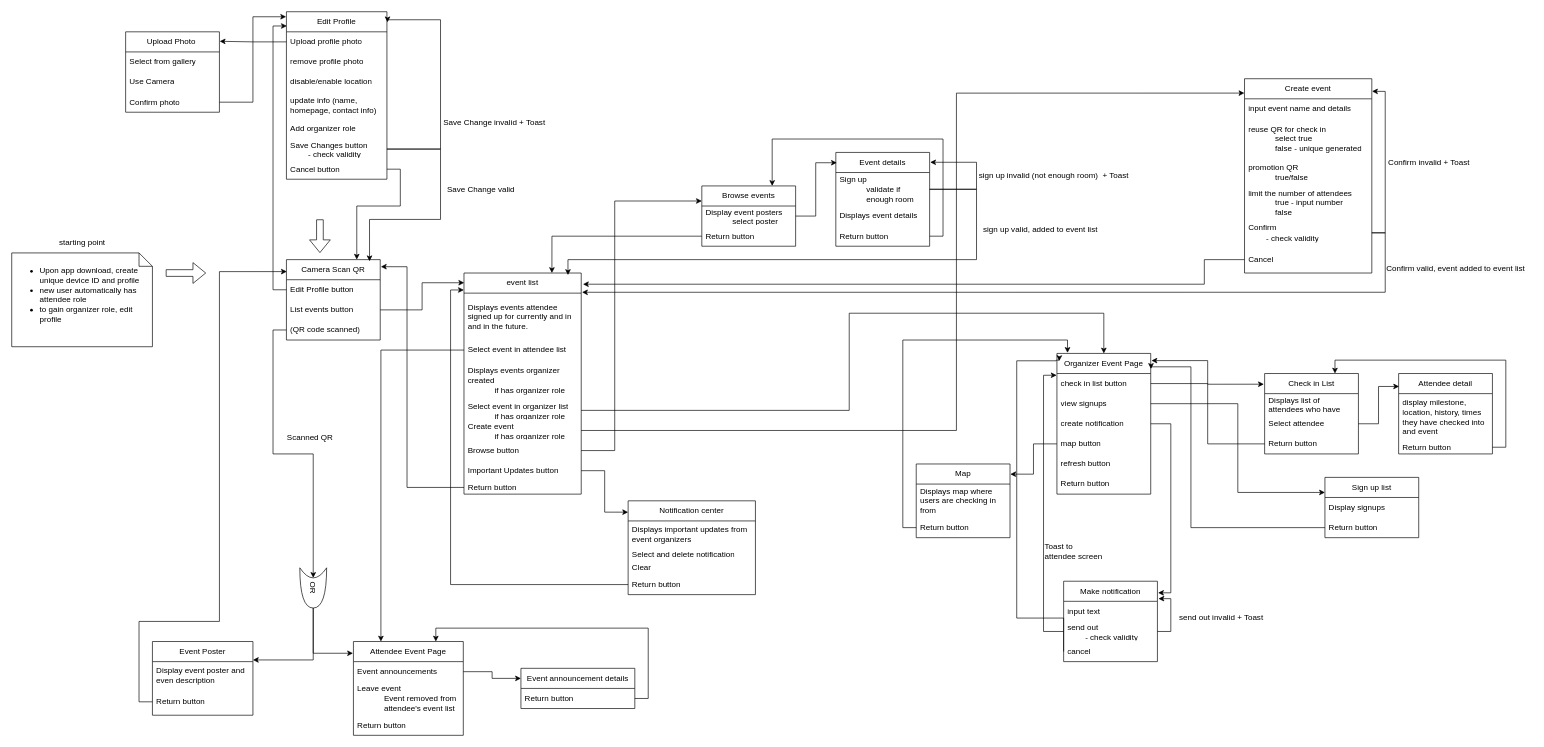
Earlier version of the draw.io diagram Sequences2.drawio (CMPUT301W24T20/Lins-Second-Strongest-Students). Source tidied: cells renumbered, new cells numbered last; positions are measured from the earlier drawing's top-left corner, leaving out a move shared by most shapes. Both pictures are drawn from the tidied source at 67%, with x=0, y=0 at pixel (11, 11).
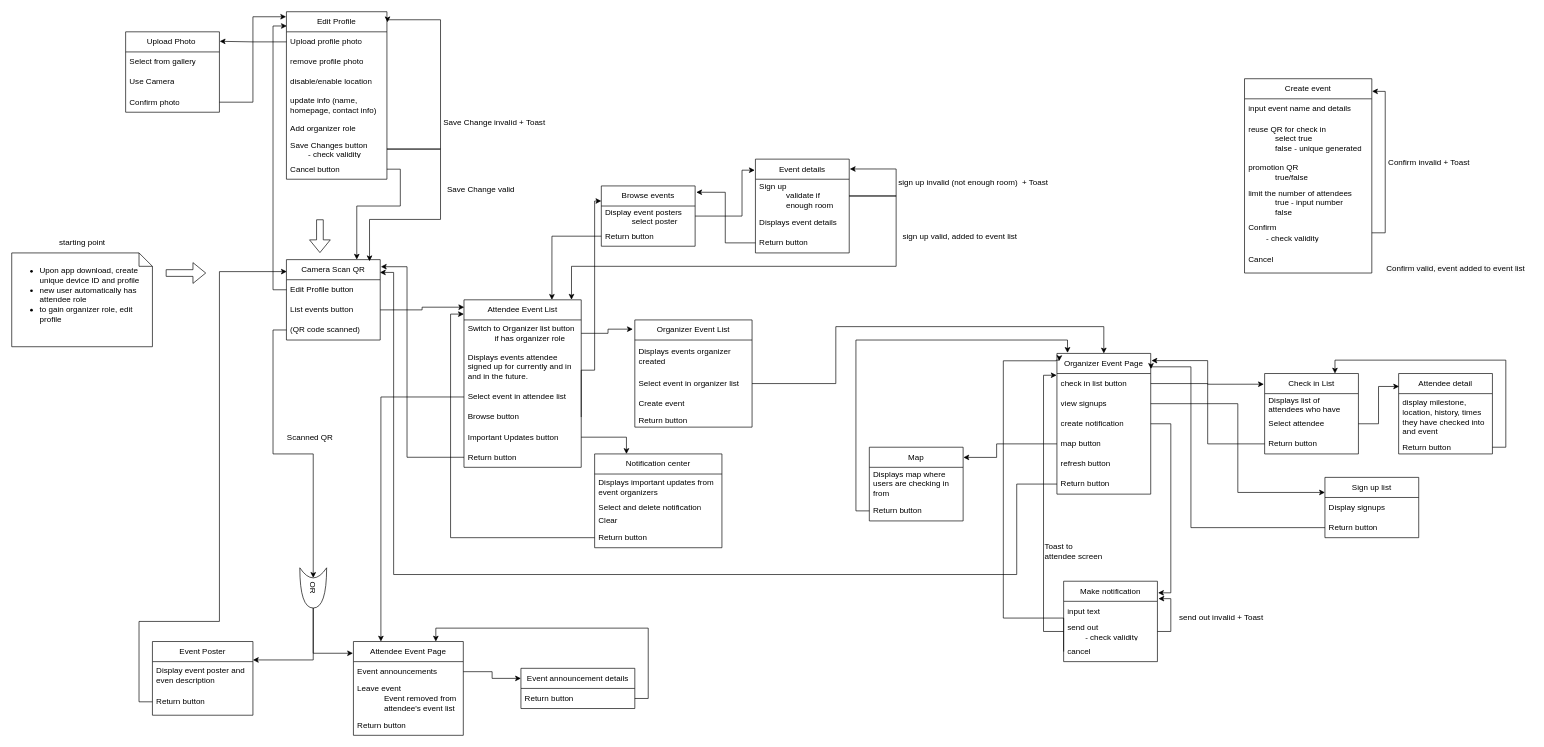
The same page after the edit.

Unchanged cells that the change refers to:
```xml
<mxCell id="18" value="Camera Scan QR" style="swimlane;fontStyle=0;horizontal=1;startSize=30;whiteSpace=wrap;html=1;" parent="1" vertex="1">
  <mxGeometry x="410" y="370" width="140" height="120" as="geometry" />
</mxCell>
<mxCell id="30" value="Create event" style="swimlane;fontStyle=0;horizontal=1;startSize=30;whiteSpace=wrap;html=1;" parent="1" vertex="1">
  <mxGeometry x="1840" y="100" width="190" height="290" as="geometry" />
</mxCell>
<mxCell id="35" value="Confirm&lt;br&gt;&lt;span style=&quot;white-space: pre;&quot;&gt;&#9;&lt;/span&gt;- check validity" style="text;strokeColor=none;fillColor=none;align=left;verticalAlign=middle;spacingLeft=4;spacingRight=4;overflow=hidden;points=[[0,0.5],[1,0.5]];portConstraint=eastwest;whiteSpace=wrap;html=1;" parent="30" vertex="1">
  <mxGeometry y="210" width="190" height="40" as="geometry" />
</mxCell>
<mxCell id="37" value="Cancel" style="text;strokeColor=none;fillColor=none;align=left;verticalAlign=middle;spacingLeft=4;spacingRight=4;overflow=hidden;points=[[0,0.5],[1,0.5]];portConstraint=eastwest;whiteSpace=wrap;html=1;" parent="30" vertex="1">
  <mxGeometry y="250" width="190" height="40" as="geometry" />
</mxCell>
<mxCell id="39" value="Organizer Event Page" style="swimlane;fontStyle=0;horizontal=1;startSize=30;whiteSpace=wrap;html=1;" parent="1" vertex="1">
  <mxGeometry x="1560" y="510" width="140" height="210" as="geometry" />
</mxCell>
<mxCell id="43" value="map button" style="text;strokeColor=none;fillColor=none;align=left;verticalAlign=middle;spacingLeft=4;spacingRight=4;overflow=hidden;points=[[0,0.5],[1,0.5]];portConstraint=eastwest;whiteSpace=wrap;html=1;" parent="39" vertex="1">
  <mxGeometry y="120" width="140" height="30" as="geometry" />
</mxCell>
<mxCell id="45" value="Return button" style="text;strokeColor=none;fillColor=none;align=left;verticalAlign=middle;spacingLeft=4;spacingRight=4;overflow=hidden;points=[[0,0.5],[1,0.5]];portConstraint=eastwest;whiteSpace=wrap;html=1;" parent="39" vertex="1">
  <mxGeometry y="180" width="140" height="30" as="geometry" />
</mxCell>
<mxCell id="53" value="cancel" style="text;strokeColor=none;fillColor=none;align=left;verticalAlign=middle;spacingLeft=4;spacingRight=4;overflow=hidden;points=[[0,0.5],[1,0.5]];portConstraint=eastwest;whiteSpace=wrap;html=1;" parent="50" vertex="1">
  <mxGeometry y="90" width="140" height="30" as="geometry" />
</mxCell>
<mxCell id="61" value="Display event posters&lt;br&gt;&lt;blockquote style=&quot;margin: 0 0 0 40px; border: none; padding: 0px;&quot;&gt;select poster&amp;nbsp;&lt;/blockquote&gt;" style="text;strokeColor=none;fillColor=none;align=left;verticalAlign=middle;spacingLeft=4;spacingRight=4;overflow=hidden;points=[[0,0.5],[1,0.5]];portConstraint=eastwest;whiteSpace=wrap;html=1;" parent="60" vertex="1">
  <mxGeometry y="30" width="140" height="30" as="geometry" />
</mxCell>
<mxCell id="62" value="Return button" style="text;strokeColor=none;fillColor=none;align=left;verticalAlign=middle;spacingLeft=4;spacingRight=4;overflow=hidden;points=[[0,0.5],[1,0.5]];portConstraint=eastwest;whiteSpace=wrap;html=1;" parent="60" vertex="1">
  <mxGeometry y="60" width="140" height="30" as="geometry" />
</mxCell>
<mxCell id="64" value="Sign up&lt;br&gt;&lt;blockquote style=&quot;margin: 0 0 0 40px; border: none; padding: 0px;&quot;&gt;validate if enough room&lt;/blockquote&gt;" style="text;strokeColor=none;fillColor=none;align=left;verticalAlign=middle;spacingLeft=4;spacingRight=4;overflow=hidden;points=[[0,0.5],[1,0.5]];portConstraint=eastwest;whiteSpace=wrap;html=1;" parent="63" vertex="1">
  <mxGeometry y="30" width="140" height="50" as="geometry" />
</mxCell>
<mxCell id="66" value="Return button" style="text;strokeColor=none;fillColor=none;align=left;verticalAlign=middle;spacingLeft=4;spacingRight=4;overflow=hidden;points=[[0,0.5],[1,0.5]];portConstraint=eastwest;whiteSpace=wrap;html=1;" parent="63" vertex="1">
  <mxGeometry y="110" width="140" height="30" as="geometry" />
</mxCell>
<mxCell id="77" value="Return button" style="text;strokeColor=none;fillColor=none;align=left;verticalAlign=middle;spacingLeft=4;spacingRight=4;overflow=hidden;points=[[0,0.5],[1,0.5]];portConstraint=eastwest;whiteSpace=wrap;html=1;" parent="73" vertex="1">
  <mxGeometry y="110" width="190" height="30" as="geometry" />
</mxCell>
```

What changed in the source:
```diff
@@
     <mxCell id="57" style="edgeStyle=orthogonalEdgeStyle;rounded=0;jettySize=auto;html=1;exitX=0;exitY=0.5;exitDx=0;exitDy=0;entryX=0.024;entryY=0.054;entryDx=0;entryDy=0;entryPerimeter=0;" parent="1" edge="1" source="53" target="39">
       <mxGeometry relative="1" as="geometry">
         <Array as="points">
-          <mxPoint x="1500" y="905" />
-          <mxPoint x="1500" y="521" />
+          <mxPoint x="1570" y="905" />
+          <mxPoint x="1480" y="905" />
+          <mxPoint x="1480" y="521" />
           <mxPoint x="1559" y="521" />
-          <mxPoint x="1559" y="520" />
+          <mxPoint x="1563" y="520" />
         </Array>
       </mxGeometry>
     </mxCell>
@@
     <mxCell id="60" value="Browse events" style="swimlane;fontStyle=0;horizontal=1;startSize=30;whiteSpace=wrap;html=1;" parent="1" vertex="1">
-      <mxGeometry x="1030" y="260" width="140" height="90" as="geometry" />
+      <mxGeometry x="880" y="260" width="140" height="90" as="geometry" />
     </mxCell>
@@
     <mxCell id="63" value="Event details" style="swimlane;fontStyle=0;horizontal=1;startSize=30;whiteSpace=wrap;html=1;" parent="1" vertex="1">
-      <mxGeometry x="1230" y="210" width="140" height="140" as="geometry" />
+      <mxGeometry x="1110" y="220" width="140" height="140" as="geometry" />
     </mxCell>
@@
     <mxCell id="73" value="Notification center" style="swimlane;fontStyle=0;horizontal=1;startSize=30;whiteSpace=wrap;html=1;" parent="1" vertex="1">
-      <mxGeometry x="920" y="730" width="190" height="140" as="geometry" />
+      <mxGeometry x="870" y="660" width="190" height="140" as="geometry" />
     </mxCell>
@@
-    <mxCell id="78" value="event list" style="swimlane;fontStyle=0;horizontal=1;startSize=30;whiteSpace=wrap;html=1;" parent="1" vertex="1">
-      <mxGeometry x="675" y="390" width="175" height="330" as="geometry" />
+    <mxCell id="78" value="Attendee Event List" style="swimlane;fontStyle=0;horizontal=1;startSize=30;whiteSpace=wrap;html=1;" parent="1" vertex="1">
+      <mxGeometry x="675" y="430" width="175" height="250" as="geometry" />
     </mxCell>
+    <mxCell id="133" value="Switch to Organizer list button&lt;br&gt;&lt;blockquote style=&quot;margin: 0 0 0 40px; border: none; padding: 0px;&quot;&gt;if has organizer role&lt;/blockquote&gt;" style="text;strokeColor=none;fillColor=none;align=left;verticalAlign=middle;spacingLeft=4;spacingRight=4;overflow=hidden;points=[[0,0.5],[1,0.5]];portConstraint=eastwest;whiteSpace=wrap;html=1;" parent="78" vertex="1">
+      <mxGeometry y="30" width="175" height="40" as="geometry" />
+    </mxCell>
     <mxCell id="79" value="Displays&amp;nbsp;events attendee signed up for currently and in and in the future." style="text;strokeColor=none;fillColor=none;align=left;verticalAlign=middle;spacingLeft=4;spacingRight=4;overflow=hidden;points=[[0,0.5],[1,0.5]];portConstraint=eastwest;whiteSpace=wrap;html=1;" parent="78" vertex="1">
-      <mxGeometry y="30" width="175" height="70" as="geometry" />
+      <mxGeometry y="70" width="175" height="60" as="geometry" />
     </mxCell>
     <mxCell id="80" value="Select event in attendee list" style="text;strokeColor=none;fillColor=none;align=left;verticalAlign=middle;spacingLeft=4;spacingRight=4;overflow=hidden;points=[[0,0.5],[1,0.5]];portConstraint=eastwest;whiteSpace=wrap;html=1;" parent="78" vertex="1">
-      <mxGeometry y="100" width="175" height="30" as="geometry" />
+      <mxGeometry y="130" width="175" height="30" as="geometry" />
     </mxCell>
-    <mxCell id="81" value="Displays&amp;nbsp;events organizer created&lt;br&gt;&lt;blockquote style=&quot;margin: 0 0 0 40px; border: none; padding: 0px;&quot;&gt;if has organizer role&lt;/blockquote&gt;" style="text;strokeColor=none;fillColor=none;align=left;verticalAlign=middle;spacingLeft=4;spacingRight=4;overflow=hidden;whiteSpace=wrap;html=1;" parent="78" vertex="1">
-      <mxGeometry y="130" width="175" height="60" as="geometry" />
-    </mxCell>
-    <mxCell id="82" value="Select event in organizer list&lt;br&gt;&lt;blockquote style=&quot;margin: 0 0 0 40px; border: none; padding: 0px;&quot;&gt;if has organizer role&lt;/blockquote&gt;" style="text;strokeColor=none;fillColor=none;align=left;verticalAlign=middle;spacingLeft=4;spacingRight=4;overflow=hidden;points=[[0,0.5],[1,0.5]];portConstraint=eastwest;whiteSpace=wrap;html=1;" parent="78" vertex="1">
-      <mxGeometry y="190" width="175" height="30" as="geometry" />
-    </mxCell>
-    <mxCell id="83" value="Create event&lt;br&gt;&lt;blockquote style=&quot;margin: 0 0 0 40px; border: none; padding: 0px;&quot;&gt;if has organizer role&lt;/blockquote&gt;" style="text;strokeColor=none;fillColor=none;align=left;verticalAlign=middle;spacingLeft=4;spacingRight=4;overflow=hidden;points=[[0,0.5],[1,0.5]];portConstraint=eastwest;whiteSpace=wrap;html=1;" parent="78" vertex="1">
-      <mxGeometry y="220" width="175" height="30" as="geometry" />
-    </mxCell>
     <mxCell id="84" value="Browse button" style="text;strokeColor=none;fillColor=none;align=left;verticalAlign=middle;spacingLeft=4;spacingRight=4;overflow=hidden;points=[[0,0.5],[1,0.5]];portConstraint=eastwest;whiteSpace=wrap;html=1;" parent="78" vertex="1">
-      <mxGeometry y="250" width="175" height="30" as="geometry" />
+      <mxGeometry y="160" width="175" height="30" as="geometry" />
     </mxCell>
     <mxCell id="85" value="Important Updates button" style="text;strokeColor=none;fillColor=none;align=left;verticalAlign=middle;spacingLeft=4;spacingRight=4;overflow=hidden;points=[[0,0.5],[1,0.5]];portConstraint=eastwest;whiteSpace=wrap;html=1;" parent="78" vertex="1">
-      <mxGeometry y="280" width="175" height="30" as="geometry" />
+      <mxGeometry y="190" width="175" height="30" as="geometry" />
     </mxCell>
     <mxCell id="86" value="Return button" style="text;strokeColor=none;fillColor=none;align=left;verticalAlign=middle;spacingLeft=4;spacingRight=4;overflow=hidden;points=[[0,0.5],[1,0.5]];portConstraint=eastwest;whiteSpace=wrap;html=1;" parent="78" vertex="1">
-      <mxGeometry y="310" width="175" height="20" as="geometry" />
+      <mxGeometry y="220" width="175" height="30" as="geometry" />
     </mxCell>
     <mxCell id="87" value="sign up invalid (not enough room)&amp;nbsp; + Toast" style="text;html=1;align=center;verticalAlign=middle;strokeColor=none;fillColor=none;" parent="1" vertex="1">
-      <mxGeometry x="1430" y="230" width="250" height="30" as="geometry" />
+      <mxGeometry x="1310" y="240" width="250" height="30" as="geometry" />
     </mxCell>
     <mxCell id="88" value="sign up valid, added to event list" style="text;html=1;align=center;verticalAlign=middle;strokeColor=none;fillColor=none;" parent="1" vertex="1">
-      <mxGeometry x="1440" y="310" width="190" height="30" as="geometry" />
+      <mxGeometry x="1320" y="320" width="190" height="30" as="geometry" />
     </mxCell>
@@
     <mxCell id="103" value="Map" style="swimlane;fontStyle=0;horizontal=1;startSize=30;whiteSpace=wrap;html=1;" parent="1" vertex="1">
-      <mxGeometry x="1350" y="675" width="140" height="110" as="geometry" />
+      <mxGeometry x="1280" y="650" width="140" height="110" as="geometry" />
     </mxCell>
@@
     <mxCell id="106" style="edgeStyle=orthogonalEdgeStyle;rounded=0;jettySize=auto;html=1;exitX=0;exitY=0.5;exitDx=0;exitDy=0;entryX=1.003;entryY=0.138;entryDx=0;entryDy=0;entryPerimeter=0;" parent="1" edge="1" source="43" target="103">
-      <mxGeometry relative="1" as="geometry" />
+      <mxGeometry relative="1" as="geometry">
+        <Array as="points">
+          <mxPoint x="1470" y="645" />
+          <mxPoint x="1470" y="665" />
+        </Array>
+      </mxGeometry>
     </mxCell>
@@
     <mxCell id="113" style="edgeStyle=orthogonalEdgeStyle;rounded=0;jettySize=auto;html=1;exitX=1;exitY=0.5;exitDx=0;exitDy=0;entryX=0;entryY=0.25;entryDx=0;entryDy=0;" parent="1" edge="1" source="84" target="60">
       <mxGeometry relative="1" as="geometry">
         <Array as="points">
-          <mxPoint x="900" y="655" />
-          <mxPoint x="900" y="282" />
+          <mxPoint x="850" y="535" />
+          <mxPoint x="870" y="535" />
+          <mxPoint x="870" y="283" />
         </Array>
       </mxGeometry>
     </mxCell>
-    <mxCell id="114" style="edgeStyle=orthogonalEdgeStyle;rounded=0;jettySize=auto;html=1;exitX=1;exitY=0.5;exitDx=0;exitDy=0;entryX=0.75;entryY=0;entryDx=0;entryDy=0;" parent="1" edge="1" source="66" target="60">
-      <mxGeometry relative="1" as="geometry">
-        <Array as="points">
-          <mxPoint x="1390" y="335" />
-          <mxPoint x="1390" y="190" />
-          <mxPoint x="1135" y="190" />
-        </Array>
-      </mxGeometry>
-    </mxCell>
-    <mxCell id="115" style="edgeStyle=orthogonalEdgeStyle;rounded=0;jettySize=auto;html=1;exitX=0;exitY=0.5;exitDx=0;exitDy=0;entryX=0.75;entryY=0;entryDx=0;entryDy=0;" parent="1" edge="1" source="62" target="78">
-      <mxGeometry relative="1" as="geometry" />
-    </mxCell>
-    <mxCell id="116" style="edgeStyle=orthogonalEdgeStyle;rounded=0;jettySize=auto;html=1;exitX=1;exitY=0.5;exitDx=0;exitDy=0;entryX=0.011;entryY=0.11;entryDx=0;entryDy=0;entryPerimeter=0;" parent="1" edge="1" source="61" target="63">
-      <mxGeometry relative="1" as="geometry" />
-    </mxCell>
@@
-    <mxCell id="120" style="edgeStyle=orthogonalEdgeStyle;rounded=0;jettySize=auto;html=1;exitX=1;exitY=0.5;exitDx=0;exitDy=0;entryX=0.5;entryY=0;entryDx=0;entryDy=0;" parent="1" edge="1" source="82" target="39">
-      <mxGeometry relative="1" as="geometry">
-        <Array as="points">
-          <mxPoint x="1250" y="595" />
-          <mxPoint x="1250" y="450" />
-          <mxPoint x="1630" y="450" />
-        </Array>
-      </mxGeometry>
-    </mxCell>
-    <mxCell id="121" style="edgeStyle=orthogonalEdgeStyle;rounded=0;jettySize=auto;html=1;exitX=1;exitY=0.5;exitDx=0;exitDy=0;entryX=-0.001;entryY=0.074;entryDx=0;entryDy=0;entryPerimeter=0;" parent="1" edge="1" source="83" target="30">
-      <mxGeometry relative="1" as="geometry">
-        <Array as="points">
-          <mxPoint x="1410" y="625" />
-          <mxPoint x="1410" y="122" />
-        </Array>
-      </mxGeometry>
-    </mxCell>
-    <mxCell id="122" style="edgeStyle=orthogonalEdgeStyle;rounded=0;jettySize=auto;html=1;exitX=1;exitY=0.5;exitDx=0;exitDy=0;entryX=0;entryY=0.121;entryDx=0;entryDy=0;entryPerimeter=0;" parent="1" edge="1" source="85" target="73">
-      <mxGeometry relative="1" as="geometry" />
-    </mxCell>
@@
-    <mxCell id="124" style="edgeStyle=orthogonalEdgeStyle;rounded=0;jettySize=auto;html=1;exitX=1;exitY=0.5;exitDx=0;exitDy=0;entryX=0.887;entryY=0.009;entryDx=0;entryDy=0;entryPerimeter=0;" parent="1" edge="1" source="64" target="78">
-      <mxGeometry relative="1" as="geometry">
-        <Array as="points">
-          <mxPoint x="1440" y="265" />
-          <mxPoint x="1440" y="370" />
-          <mxPoint x="830" y="370" />
-        </Array>
-      </mxGeometry>
-    </mxCell>
@@
-    <mxCell id="126" style="edgeStyle=orthogonalEdgeStyle;rounded=0;jettySize=auto;html=1;exitX=0;exitY=0.5;exitDx=0;exitDy=0;entryX=-0.001;entryY=-0.067;entryDx=0;entryDy=0;entryPerimeter=0;" parent="1" edge="1" source="77" target="79">
-      <mxGeometry relative="1" as="geometry" />
-    </mxCell>
     <mxCell id="127" style="edgeStyle=orthogonalEdgeStyle;rounded=0;jettySize=auto;html=1;exitX=0;exitY=0.5;exitDx=0;exitDy=0;entryX=1.007;entryY=0.088;entryDx=0;entryDy=0;entryPerimeter=0;" parent="1" edge="1" source="86" target="18">
       <mxGeometry relative="1" as="geometry">
         <Array as="points">
-          <mxPoint x="590" y="710" />
+          <mxPoint x="590" y="665" />
           <mxPoint x="590" y="381" />
         </Array>
       </mxGeometry>
     </mxCell>
-    <mxCell id="128" style="edgeStyle=orthogonalEdgeStyle;rounded=0;jettySize=auto;html=1;exitX=0;exitY=0.5;exitDx=0;exitDy=0;entryX=1.015;entryY=-0.19;entryDx=0;entryDy=0;entryPerimeter=0;" parent="1" edge="1" source="37" target="79">
-      <mxGeometry relative="1" as="geometry">
-        <Array as="points">
-          <mxPoint x="1780" y="370" />
-          <mxPoint x="1780" y="407" />
-        </Array>
-      </mxGeometry>
-    </mxCell>
-    <mxCell id="129" style="edgeStyle=orthogonalEdgeStyle;rounded=0;jettySize=auto;html=1;exitX=1;exitY=0.5;exitDx=0;exitDy=0;entryX=1.007;entryY=-0.018;entryDx=0;entryDy=0;entryPerimeter=0;" parent="1" edge="1" source="35" target="79">
-      <mxGeometry relative="1" as="geometry" />
-    </mxCell>
@@
+    <mxCell id="134" value="Organizer Event List" style="swimlane;fontStyle=0;horizontal=1;startSize=30;whiteSpace=wrap;html=1;" parent="1" vertex="1">
+      <mxGeometry x="930" y="460" width="175" height="160" as="geometry" />
+    </mxCell>
+    <mxCell id="135" value="Displays&amp;nbsp;events organizer created" style="text;strokeColor=none;fillColor=none;align=left;verticalAlign=middle;spacingLeft=4;spacingRight=4;overflow=hidden;whiteSpace=wrap;html=1;" parent="134" vertex="1">
+      <mxGeometry y="30" width="175" height="50" as="geometry" />
+    </mxCell>
+    <mxCell id="136" value="Select event in organizer list" style="text;strokeColor=none;fillColor=none;align=left;verticalAlign=middle;spacingLeft=4;spacingRight=4;overflow=hidden;points=[[0,0.5],[1,0.5]];portConstraint=eastwest;whiteSpace=wrap;html=1;" parent="134" vertex="1">
+      <mxGeometry y="80" width="175" height="30" as="geometry" />
+    </mxCell>
+    <mxCell id="137" value="Create event" style="text;strokeColor=none;fillColor=none;align=left;verticalAlign=middle;spacingLeft=4;spacingRight=4;overflow=hidden;whiteSpace=wrap;html=1;" parent="134" vertex="1">
+      <mxGeometry y="110" width="175" height="30" as="geometry" />
+    </mxCell>
+    <mxCell id="138" value="Return button" style="text;strokeColor=none;fillColor=none;align=left;verticalAlign=middle;spacingLeft=4;spacingRight=4;overflow=hidden;whiteSpace=wrap;html=1;" parent="134" vertex="1">
+      <mxGeometry y="140" width="175" height="20" as="geometry" />
+    </mxCell>
+    <mxCell id="122" style="edgeStyle=orthogonalEdgeStyle;rounded=0;jettySize=auto;html=1;exitX=1;exitY=0.5;exitDx=0;exitDy=0;entryX=0.25;entryY=0;entryDx=0;entryDy=0;" parent="1" edge="1" source="85" target="73">
+      <mxGeometry relative="1" as="geometry" />
+    </mxCell>
+    <mxCell id="139" style="edgeStyle=orthogonalEdgeStyle;rounded=0;jettySize=auto;html=1;exitX=0;exitY=0.5;exitDx=0;exitDy=0;entryX=-0.001;entryY=-0.217;entryDx=0;entryDy=0;entryPerimeter=0;" parent="1" edge="1" source="77" target="133">
+      <mxGeometry relative="1" as="geometry" />
+    </mxCell>
+    <mxCell id="140" style="edgeStyle=orthogonalEdgeStyle;rounded=0;jettySize=auto;html=1;exitX=1;exitY=0.5;exitDx=0;exitDy=0;entryX=-0.017;entryY=0.086;entryDx=0;entryDy=0;entryPerimeter=0;" parent="1" edge="1" source="133" target="134">
+      <mxGeometry relative="1" as="geometry" />
+    </mxCell>
+    <mxCell id="116" style="edgeStyle=orthogonalEdgeStyle;rounded=0;jettySize=auto;html=1;exitX=1;exitY=0.5;exitDx=0;exitDy=0;entryX=-0.007;entryY=0.118;entryDx=0;entryDy=0;entryPerimeter=0;" parent="1" edge="1" source="61" target="63">
+      <mxGeometry relative="1" as="geometry">
+        <Array as="points">
+          <mxPoint x="1090" y="305" />
+          <mxPoint x="1090" y="237" />
+        </Array>
+      </mxGeometry>
+    </mxCell>
+    <mxCell id="124" style="edgeStyle=orthogonalEdgeStyle;rounded=0;jettySize=auto;html=1;exitX=1;exitY=0.5;exitDx=0;exitDy=0;entryX=0.917;entryY=-0.001;entryDx=0;entryDy=0;entryPerimeter=0;" parent="1" edge="1" source="64" target="78">
+      <mxGeometry relative="1" as="geometry">
+        <Array as="points">
+          <mxPoint x="1320" y="275" />
+          <mxPoint x="1320" y="380" />
+          <mxPoint x="836" y="380" />
+        </Array>
+      </mxGeometry>
+    </mxCell>
+    <mxCell id="114" style="edgeStyle=orthogonalEdgeStyle;rounded=0;jettySize=auto;html=1;exitX=0;exitY=0.5;exitDx=0;exitDy=0;entryX=1.012;entryY=0.105;entryDx=0;entryDy=0;entryPerimeter=0;" parent="1" edge="1" source="66" target="60">
+      <mxGeometry relative="1" as="geometry" />
+    </mxCell>
+    <mxCell id="115" style="edgeStyle=orthogonalEdgeStyle;rounded=0;jettySize=auto;html=1;exitX=0;exitY=0.5;exitDx=0;exitDy=0;entryX=0.75;entryY=0;entryDx=0;entryDy=0;" parent="1" edge="1" source="62" target="78">
+      <mxGeometry relative="1" as="geometry" />
+    </mxCell>
+    <mxCell id="141" style="edgeStyle=orthogonalEdgeStyle;rounded=0;jettySize=auto;html=1;exitX=1;exitY=0.5;exitDx=0;exitDy=0;entryX=0.5;entryY=0;entryDx=0;entryDy=0;" parent="1" edge="1" source="136" target="39">
+      <mxGeometry relative="1" as="geometry">
+        <Array as="points">
+          <mxPoint x="1230" y="555" />
+          <mxPoint x="1230" y="470" />
+          <mxPoint x="1630" y="470" />
+        </Array>
+      </mxGeometry>
+    </mxCell>
+    <mxCell id="142" style="edgeStyle=orthogonalEdgeStyle;rounded=0;jettySize=auto;html=1;exitX=0;exitY=0.5;exitDx=0;exitDy=0;entryX=0.997;entryY=0.159;entryDx=0;entryDy=0;entryPerimeter=0;" parent="1" edge="1" source="45" target="18">
+      <mxGeometry relative="1" as="geometry">
+        <Array as="points">
+          <mxPoint x="1500" y="705" />
+          <mxPoint x="1500" y="840" />
+          <mxPoint x="570" y="840" />
+          <mxPoint x="570" y="389" />
+        </Array>
+      </mxGeometry>
+    </mxCell>
```
